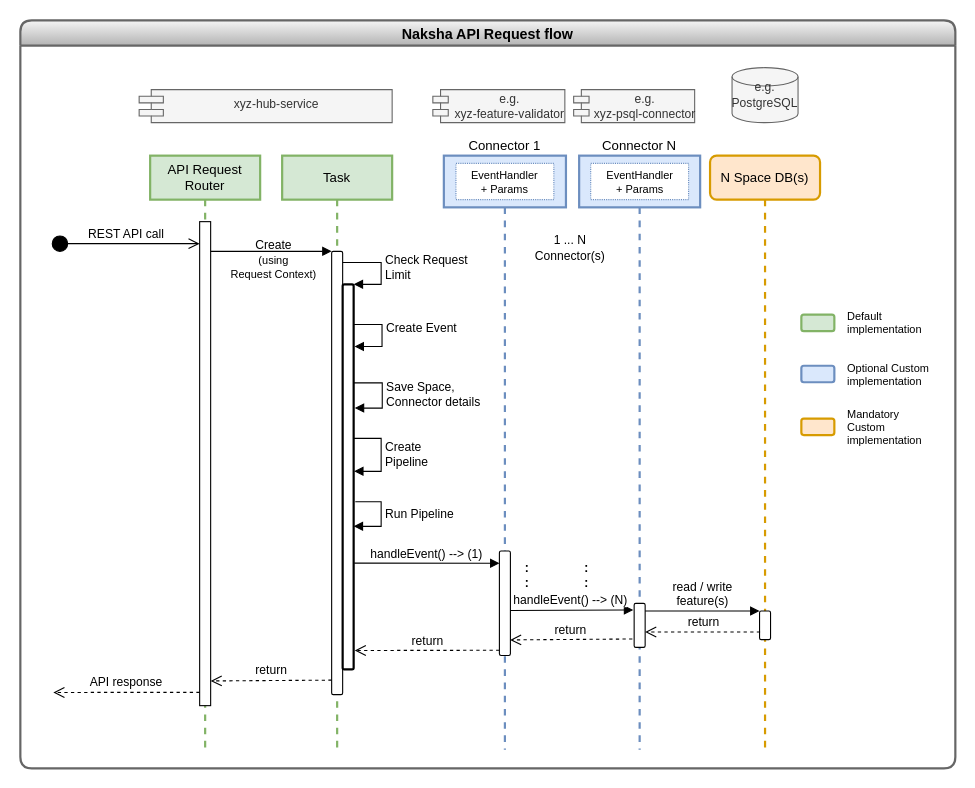
Above: docs/diagrams/api_request_flow.drawio in heremaps/xyz-hub (draw.io), before the change. Source tidied: cells renumbered, new cells numbered last; positions are measured from the earlier drawing's top-left corner, leaving out a move shared by most shapes. Both pictures are drawn from the tidied source at 110%, with x=0, y=0 at pixel (20, 20).
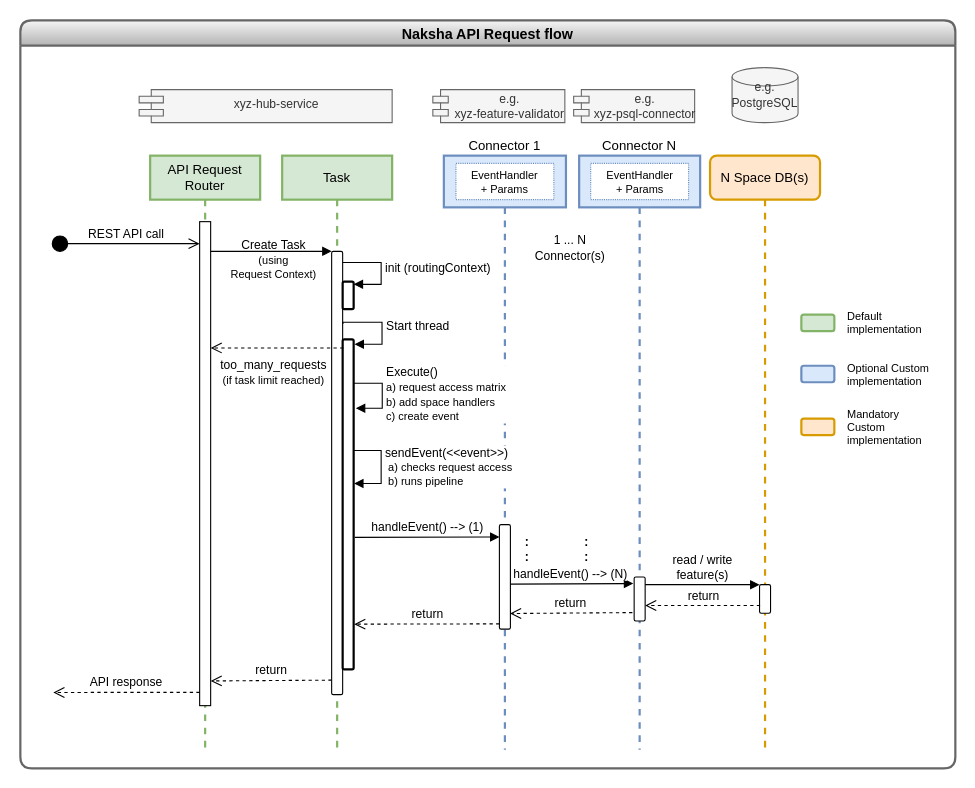
The same diagram, later.

Commit message (it also covers changes not shown here):
Updated API request flow diagram and renamed respective md file

Unchanged cells that the change refers to:
```xml
<mxCell id="3" style="html=1;points=[];perimeter=orthogonalPerimeter;" parent="2" vertex="1">
  <mxGeometry x="45" y="60" width="10" height="440" as="geometry" />
</mxCell>
<mxCell id="5" value="Task" style="shape=umlLifeline;perimeter=lifelinePerimeter;whiteSpace=wrap;html=1;fillColor=#d5e8d4;strokeColor=#82b366;strokeWidth=2;" parent="1" vertex="1">
  <mxGeometry x="238" y="123" width="100" height="540" as="geometry" />
</mxCell>
<mxCell id="6" style="html=1;points=[];perimeter=orthogonalPerimeter;rounded=1;shadow=0;sketch=0;fontSize=11;strokeColor=#000000;strokeWidth=1;" parent="5" vertex="1">
  <mxGeometry x="45" y="87" width="10" height="403" as="geometry" />
</mxCell>
<mxCell id="12" value="Naksha API Request flow" style="swimlane;rounded=1;shadow=0;sketch=0;fontSize=13;strokeWidth=2;fillColor=#f5f5f5;gradientColor=#b3b3b3;strokeColor=#666666;" parent="1" vertex="1">
  <mxGeometry width="850" height="680" as="geometry" />
</mxCell>
<mxCell id="22" value="Connector 1" style="shape=umlLifeline;perimeter=lifelinePerimeter;whiteSpace=wrap;html=1;fillColor=#dae8fc;strokeColor=#6C8EBF;strokeWidth=2;size=47;labelPosition=center;verticalLabelPosition=top;align=center;verticalAlign=bottom;" parent="12" vertex="1">
  <mxGeometry x="385" y="123" width="111" height="540" as="geometry" />
</mxCell>
<mxCell id="27" value="Connector N" style="shape=umlLifeline;perimeter=lifelinePerimeter;whiteSpace=wrap;html=1;fillColor=#dae8fc;strokeColor=#6c8ebf;strokeWidth=2;labelPosition=center;verticalLabelPosition=top;align=center;verticalAlign=bottom;size=47;" parent="12" vertex="1">
  <mxGeometry x="508" y="123" width="110" height="540" as="geometry" />
</mxCell>
```

Change to the diagram source:
```diff
@@
-    <mxCell id="7" value="Check Request&lt;br&gt;Limit" style="edgeStyle=orthogonalEdgeStyle;html=1;align=left;spacingLeft=2;endArrow=block;rounded=0;entryX=1;entryY=0;fontSize=11;exitX=1;exitY=0.025;exitDx=0;exitDy=0;exitPerimeter=0;" parent="5" edge="1" source="6">
+    <mxCell id="7" value="init (routingContext)" style="edgeStyle=orthogonalEdgeStyle;html=1;align=left;spacingLeft=2;endArrow=block;rounded=0;entryX=1;entryY=0;fontSize=11;exitX=1;exitY=0.025;exitDx=0;exitDy=0;exitPerimeter=0;" parent="5" edge="1" source="6">
       <mxGeometry relative="1" as="geometry">
         <mxPoint x="65" y="117" as="targetPoint" />
         <Array as="points">
           <mxPoint x="90" y="97" />
           <mxPoint x="90" y="117" />
         </Array>
       </mxGeometry>
     </mxCell>
@@
-    <mxCell id="19" value="Create Event" style="edgeStyle=orthogonalEdgeStyle;html=1;align=left;spacingLeft=2;endArrow=block;rounded=0;entryX=1;entryY=0;fontSize=11;exitX=0.94;exitY=0.067;exitDx=0;exitDy=0;exitPerimeter=0;" parent="12" edge="1">
+    <mxCell id="19" value="Start thread" style="edgeStyle=orthogonalEdgeStyle;html=1;align=left;spacingLeft=2;endArrow=block;rounded=0;entryX=1;entryY=0;fontSize=11;exitX=0.94;exitY=0.067;exitDx=0;exitDy=0;exitPerimeter=0;" parent="12" edge="1">
       <mxGeometry relative="1" as="geometry">
-        <mxPoint x="293.2" y="278.1" as="sourcePoint" />
-        <mxPoint x="303.8" y="296.5" as="targetPoint" />
+        <mxPoint x="293.2" y="276.1" as="sourcePoint" />
+        <mxPoint x="303.8" y="294.5" as="targetPoint" />
         <Array as="points">
-          <mxPoint x="292.8" y="276.5" />
-          <mxPoint x="328.8" y="276.5" />
-          <mxPoint x="328.8" y="296.5" />
+          <mxPoint x="292.8" y="274.5" />
+          <mxPoint x="328.8" y="274.5" />
+          <mxPoint x="328.8" y="294.5" />
         </Array>
       </mxGeometry>
     </mxCell>
     <mxCell id="20" style="html=1;points=[];perimeter=orthogonalPerimeter;rounded=1;shadow=0;sketch=0;fontSize=11;strokeColor=#000000;strokeWidth=2;" parent="12" vertex="1">
-      <mxGeometry x="293" y="240" width="10" height="350" as="geometry" />
+      <mxGeometry x="293" y="290" width="10" height="300" as="geometry" />
     </mxCell>
-    <mxCell id="21" value="Run Pipeline&amp;nbsp;" style="edgeStyle=orthogonalEdgeStyle;html=1;align=left;spacingLeft=2;endArrow=block;rounded=0;fontSize=11;entryX=1;entryY=0.66;entryDx=0;entryDy=0;entryPerimeter=0;exitX=1.15;exitY=0.596;exitDx=0;exitDy=0;exitPerimeter=0;" parent="12" edge="1">
-      <mxGeometry relative="1" as="geometry">
-        <mxPoint x="304.5" y="437.6" as="sourcePoint" />
-        <mxPoint x="303" y="460" as="targetPoint" />
-        <Array as="points">
-          <mxPoint x="328" y="438" />
-          <mxPoint x="328" y="460" />
-        </Array>
-      </mxGeometry>
-    </mxCell>
@@
     <mxCell id="23" style="html=1;points=[];perimeter=orthogonalPerimeter;rounded=1;shadow=0;sketch=0;fontSize=11;strokeColor=#000000;strokeWidth=1;" parent="22" vertex="1">
-      <mxGeometry x="50.5" y="359.4" width="10" height="95" as="geometry" />
+      <mxGeometry x="50.5" y="335.4" width="10" height="95" as="geometry" />
     </mxCell>
@@
     <mxCell id="25" value=":&lt;br style=&quot;font-size: 11px;&quot;&gt;:" style="text;html=1;strokeColor=none;fillColor=none;align=center;verticalAlign=middle;whiteSpace=wrap;rounded=0;shadow=0;sketch=0;fontSize=11;fontStyle=1;" parent="22" vertex="1">
-      <mxGeometry x="60.5" y="367" width="29.5" height="30" as="geometry" />
+      <mxGeometry x="60.5" y="343" width="29.5" height="30" as="geometry" />
     </mxCell>
@@
     <mxCell id="28" style="html=1;points=[];perimeter=orthogonalPerimeter;rounded=1;shadow=0;sketch=0;fontSize=11;strokeColor=#000000;strokeWidth=1;" parent="27" vertex="1">
-      <mxGeometry x="50" y="407" width="10" height="40" as="geometry" />
+      <mxGeometry x="50" y="383" width="10" height="40" as="geometry" />
     </mxCell>
@@
     <mxCell id="30" value=":&lt;br style=&quot;font-size: 11px;&quot;&gt;:" style="text;html=1;strokeColor=none;fillColor=none;align=center;verticalAlign=middle;whiteSpace=wrap;rounded=0;shadow=0;sketch=0;fontSize=11;fontStyle=1;" parent="27" vertex="1">
-      <mxGeometry x="-8" y="367" width="29.5" height="30" as="geometry" />
+      <mxGeometry x="-8" y="343" width="29.5" height="30" as="geometry" />
     </mxCell>
@@
-    <mxCell id="32" value="handleEvent() --&amp;gt; (1)" style="html=1;verticalAlign=bottom;endArrow=block;entryX=0.01;entryY=0.118;rounded=0;fontSize=11;entryDx=0;entryDy=0;entryPerimeter=0;exitX=1.05;exitY=0.724;exitDx=0;exitDy=0;exitPerimeter=0;" parent="12" edge="1" source="20" target="23">
+    <mxCell id="32" value="handleEvent() --&amp;gt; (1)" style="html=1;verticalAlign=bottom;endArrow=block;entryX=0.01;entryY=0.118;rounded=0;fontSize=11;entryDx=0;entryDy=0;entryPerimeter=0;exitX=1.1;exitY=0.6;exitDx=0;exitDy=0;exitPerimeter=0;" parent="12" edge="1" source="20" target="23">
       <mxGeometry relative="1" as="geometry" />
     </mxCell>
@@
-    <mxCell id="35" value="return" style="html=1;verticalAlign=bottom;endArrow=open;dashed=1;endSize=8;exitX=0;exitY=0.95;rounded=0;fontSize=11;entryX=1.1;entryY=0.951;entryDx=0;entryDy=0;entryPerimeter=0;" parent="12" edge="1" source="23" target="20">
+    <mxCell id="35" value="return" style="html=1;verticalAlign=bottom;endArrow=open;dashed=1;endSize=8;exitX=0;exitY=0.95;rounded=0;fontSize=11;entryX=1.05;entryY=0.863;entryDx=0;entryDy=0;entryPerimeter=0;" parent="12" edge="1" source="23" target="20">
       <mxGeometry relative="1" as="geometry" />
     </mxCell>
     <mxCell id="36" style="html=1;points=[];perimeter=orthogonalPerimeter;rounded=1;shadow=0;sketch=0;fontSize=11;strokeColor=#000000;strokeWidth=1;" parent="12" vertex="1">
-      <mxGeometry x="672" y="537" width="10" height="26" as="geometry" />
+      <mxGeometry x="672" y="513" width="10" height="26" as="geometry" />
     </mxCell>
@@
-    <mxCell id="41" value="Save Space,&lt;br&gt;Connector details" style="edgeStyle=orthogonalEdgeStyle;html=1;align=left;spacingLeft=2;endArrow=block;rounded=0;entryX=1;entryY=0;fontSize=11;exitX=0.95;exitY=0.256;exitDx=0;exitDy=0;exitPerimeter=0;" parent="12" edge="1" source="20">
-      <mxGeometry relative="1" as="geometry">
-        <mxPoint x="304" y="352.5" as="targetPoint" />
-        <Array as="points">
-          <mxPoint x="329" y="330" />
-          <mxPoint x="329" y="353" />
-        </Array>
-      </mxGeometry>
-    </mxCell>
+    <mxCell id="44" style="html=1;perimeter=orthogonalPerimeter;rounded=1;shadow=0;sketch=0;fontSize=11;strokeColor=#000000;strokeWidth=2;" parent="12" vertex="1">
+      <mxGeometry x="293" y="237.5" width="10" height="25" as="geometry" />
+    </mxCell>
+    <mxCell id="45" value="Execute()&lt;br&gt;&lt;font style=&quot;font-size: 10px&quot;&gt;a) request access matrix&lt;br&gt;b) add space handlers&lt;br&gt;c) create event&lt;/font&gt;" style="edgeStyle=orthogonalEdgeStyle;html=1;align=left;spacingLeft=2;endArrow=block;rounded=0;fontSize=11;exitX=1;exitY=0.043;exitDx=0;exitDy=0;exitPerimeter=0;entryX=1.2;entryY=0.119;entryDx=0;entryDy=0;entryPerimeter=0;" parent="12" edge="1">
+      <mxGeometry relative="1" as="geometry">
+        <mxPoint x="303" y="329.9" as="sourcePoint" />
+        <mxPoint x="305" y="352.7" as="targetPoint" />
+        <Array as="points">
+          <mxPoint x="329" y="330" />
+          <mxPoint x="329" y="353" />
+        </Array>
+      </mxGeometry>
+    </mxCell>
-    <mxCell id="42" value="Create&lt;br&gt;Pipeline&amp;nbsp;" style="edgeStyle=orthogonalEdgeStyle;html=1;align=left;spacingLeft=2;endArrow=block;rounded=0;entryX=1;entryY=0;fontSize=11;" parent="1" edge="1">
+    <mxCell id="42" value="sendEvent(&amp;lt;&amp;lt;event&amp;gt;&amp;gt;)&lt;br&gt;&lt;font style=&quot;font-size: 10px&quot;&gt;&amp;nbsp;a) checks request access&lt;br&gt;&amp;nbsp;b) runs pipeline&lt;/font&gt;" style="edgeStyle=orthogonalEdgeStyle;html=1;align=left;spacingLeft=2;endArrow=block;rounded=0;entryX=1;entryY=0;fontSize=11;" parent="1" edge="1">
       <mxGeometry relative="1" as="geometry">
-        <mxPoint x="303" y="380" as="sourcePoint" />
-        <mxPoint x="303.4" y="410" as="targetPoint" />
+        <mxPoint x="303" y="391" as="sourcePoint" />
+        <mxPoint x="303.4" y="421" as="targetPoint" />
         <Array as="points">
-          <mxPoint x="328" y="380" />
-          <mxPoint x="328" y="410" />
+          <mxPoint x="328" y="391" />
+          <mxPoint x="328" y="421" />
         </Array>
       </mxGeometry>
     </mxCell>
-    <mxCell id="43" value="Create&lt;br&gt;&lt;font style=&quot;font-size: 10px&quot;&gt;(using&lt;br&gt;Request Context)&lt;/font&gt;" style="html=1;verticalAlign=bottom;endArrow=block;entryX=0;entryY=0;rounded=0;fontSize=11;labelBackgroundColor=none;" parent="1" edge="1" target="6">
+    <mxCell id="43" value="Create Task&lt;br&gt;&lt;font style=&quot;font-size: 10px&quot;&gt;(using&lt;br&gt;Request Context)&lt;/font&gt;" style="html=1;verticalAlign=bottom;endArrow=block;entryX=0;entryY=0;rounded=0;fontSize=11;labelBackgroundColor=none;" parent="1" edge="1" target="6">
       <mxGeometry x="0.04" y="-30" relative="1" as="geometry">
         <mxPoint x="173" y="210" as="sourcePoint" />
       </mxGeometry>
     </mxCell>
+    <mxCell id="46" value="too_many_requests&lt;br style=&quot;font-size: 11px&quot;&gt;&lt;font style=&quot;font-size: 10px&quot;&gt;(if task limit reached)&lt;/font&gt;" style="html=1;verticalAlign=middle;endArrow=open;dashed=1;endSize=8;rounded=0;fontSize=11;exitX=0.067;exitY=0.026;exitDx=0;exitDy=0;exitPerimeter=0;labelBackgroundColor=none;" parent="1" edge="1" source="20" target="3">
+      <mxGeometry x="0.06" y="22" relative="1" as="geometry" />
+    </mxCell>
```
